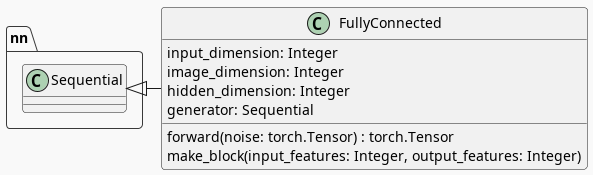
necromuralist/Neurotic-Networking keeps this PlantUML diagram as files/posts/a-fully-connected-generator/fully-connected.png. Above is the earlier version. Source of this version:
```plantuml
@startuml
!theme mars

class FullyConnected {
 input_dimension: Integer
 image_dimension: Integer
 hidden_dimension: Integer
 generator: Sequential
 forward(noise: torch.Tensor) : torch.Tensor
 make_block(input_features: Integer, output_features: Integer)
}

nn.Sequential <|- FullyConnected
@enduml
```
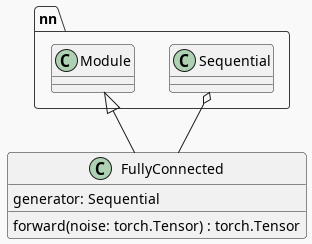
Above is the later version.

Commit message:
Added more fully connected generator factory tests

Change to the diagram source:
```diff
@@ -2,13 +2,10 @@
 !theme mars
 
 class FullyConnected {
- input_dimension: Integer
- image_dimension: Integer
- hidden_dimension: Integer
  generator: Sequential
  forward(noise: torch.Tensor) : torch.Tensor
- make_block(input_features: Integer, output_features: Integer)
 }
 
-nn.Sequential <|- FullyConnected
+nn.Sequential o- FullyConnected
+nn.Module <|-- FullyConnected
 @enduml
```
